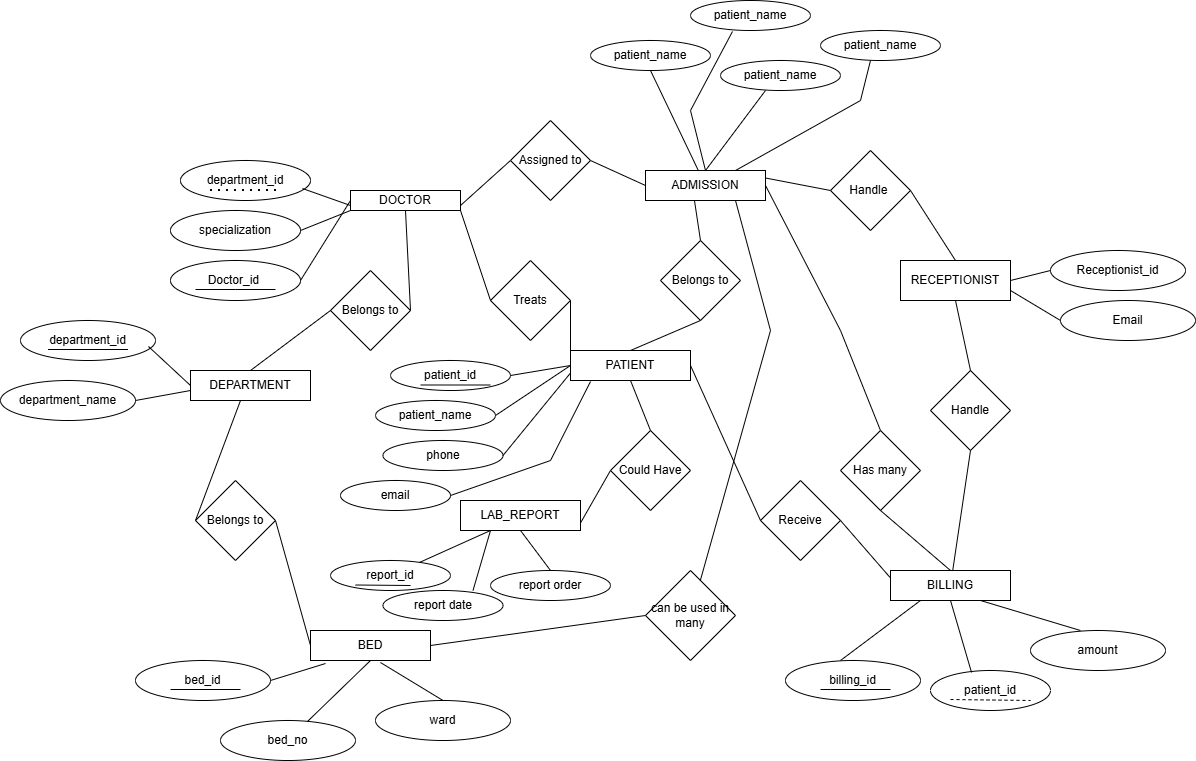
Before: diagrams/ER diagram.png, a diagram exported from draw.io (Fahmida-Hoq/Hospital-Management-System). Source tidied: cells renumbered, new cells last; positions are measured from the earlier drawing's top-left corner, leaving out a move shared by most shapes.
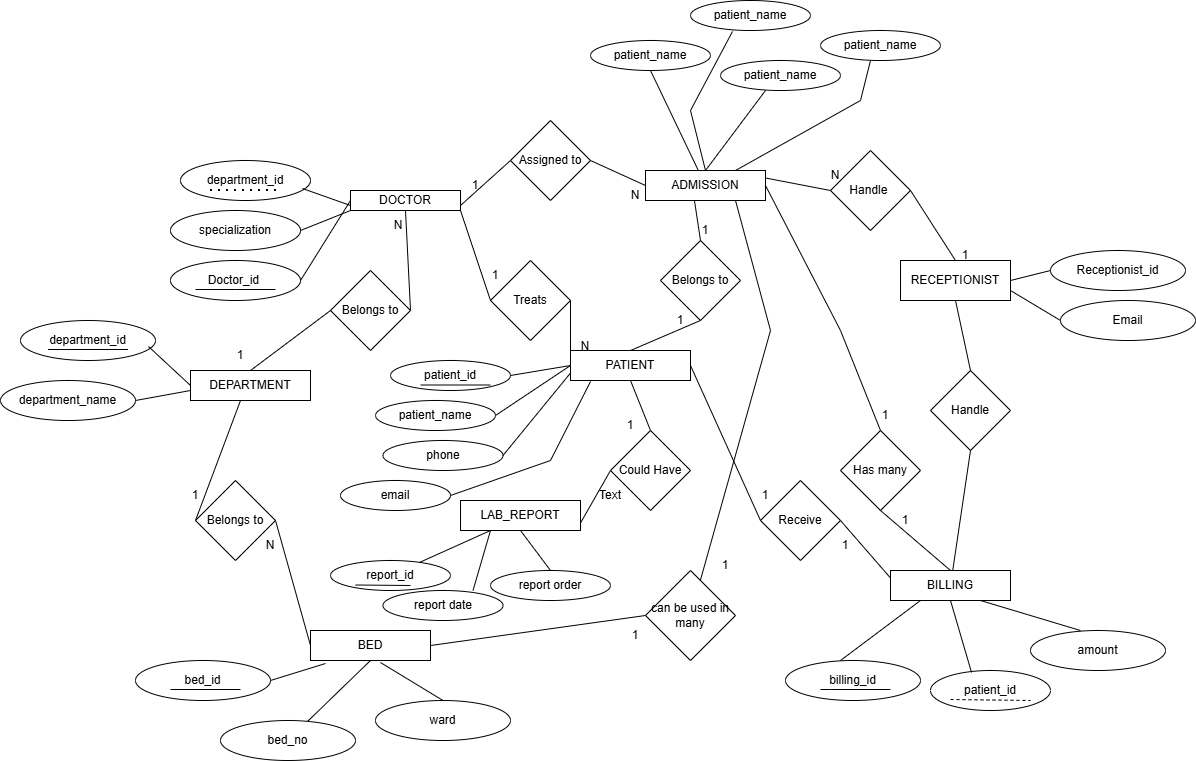
Later version of the same file.

Diff of the diagram source:
```diff
@@ -354,5 +354,65 @@
     <mxCell id="98" style="endArrow=none;html=1;rounded=0;entryX=0;entryY=0.5;entryDx=0;entryDy=0;exitX=1;exitY=0.75;exitDx=0;exitDy=0;" parent="1" edge="1" source="23" target="96">
       <mxGeometry relative="1" as="geometry" />
     </mxCell>
+    <mxCell id="99" value="1" style="text;html=1;whiteSpace=wrap;strokeColor=none;fillColor=none;align=center;verticalAlign=middle;rounded=0;" parent="1" vertex="1">
+      <mxGeometry x="225" y="340" width="30" height="30" as="geometry" />
+    </mxCell>
+    <mxCell id="100" value="N" style="text;html=1;whiteSpace=wrap;strokeColor=none;fillColor=none;align=center;verticalAlign=middle;rounded=0;" parent="1" vertex="1">
+      <mxGeometry x="382.5" y="210" width="30" height="30" as="geometry" />
+    </mxCell>
+    <mxCell id="101" value="N" style="text;html=1;whiteSpace=wrap;strokeColor=none;fillColor=none;align=center;verticalAlign=middle;rounded=0;" parent="1" vertex="1">
+      <mxGeometry x="620" y="180" width="30" height="30" as="geometry" />
+    </mxCell>
+    <mxCell id="102" value="1" style="text;html=1;whiteSpace=wrap;strokeColor=none;fillColor=none;align=center;verticalAlign=middle;rounded=0;" parent="1" vertex="1">
+      <mxGeometry x="460" y="170" width="30" height="30" as="geometry" />
+    </mxCell>
+    <mxCell id="103" value="1" style="text;html=1;whiteSpace=wrap;strokeColor=none;fillColor=none;align=center;verticalAlign=middle;rounded=0;" parent="1" vertex="1">
+      <mxGeometry x="480" y="260" width="30" height="30" as="geometry" />
+    </mxCell>
+    <mxCell id="104" value="N" style="text;html=1;whiteSpace=wrap;strokeColor=none;fillColor=none;align=center;verticalAlign=middle;rounded=0;rotation=180;" parent="1" vertex="1">
+      <mxGeometry x="570" y="330" width="30" height="30" as="geometry" />
+    </mxCell>
+    <mxCell id="105" value="1" style="text;html=1;whiteSpace=wrap;strokeColor=none;fillColor=none;align=center;verticalAlign=middle;rounded=0;" parent="1" vertex="1">
+      <mxGeometry x="665" y="305" width="30" height="30" as="geometry" />
+    </mxCell>
+    <mxCell id="106" value="1" style="text;html=1;whiteSpace=wrap;strokeColor=none;fillColor=none;align=center;verticalAlign=middle;rounded=0;" parent="1" vertex="1">
+      <mxGeometry x="690" y="215" width="30" height="30" as="geometry" />
+    </mxCell>
+    <mxCell id="107" value="1" style="text;html=1;whiteSpace=wrap;strokeColor=none;fillColor=none;align=center;verticalAlign=middle;rounded=0;" parent="1" vertex="1">
+      <mxGeometry x="950" y="240" width="30" height="30" as="geometry" />
+    </mxCell>
+    <mxCell id="108" value="N" style="text;html=1;whiteSpace=wrap;strokeColor=none;fillColor=none;align=center;verticalAlign=middle;rounded=0;" parent="1" vertex="1">
+      <mxGeometry x="820" y="160" width="30" height="30" as="geometry" />
+    </mxCell>
+    <mxCell id="109" value="1" style="text;html=1;whiteSpace=wrap;strokeColor=none;fillColor=none;align=center;verticalAlign=middle;rounded=0;" parent="1" vertex="1">
+      <mxGeometry x="870" y="400" width="30" height="30" as="geometry" />
+    </mxCell>
+    <mxCell id="110" value="1" style="text;html=1;whiteSpace=wrap;strokeColor=none;fillColor=none;align=center;verticalAlign=middle;rounded=0;" parent="1" vertex="1">
+      <mxGeometry x="890" y="505" width="30" height="30" as="geometry" />
+    </mxCell>
+    <mxCell id="111" value="1" style="text;html=1;whiteSpace=wrap;strokeColor=none;fillColor=none;align=center;verticalAlign=middle;rounded=0;" parent="1" vertex="1">
+      <mxGeometry x="750" y="480" width="30" height="30" as="geometry" />
+    </mxCell>
+    <mxCell id="112" value="1" style="text;html=1;whiteSpace=wrap;strokeColor=none;fillColor=none;align=center;verticalAlign=middle;rounded=0;" parent="1" vertex="1">
+      <mxGeometry x="830" y="530" width="30" height="30" as="geometry" />
+    </mxCell>
+    <mxCell id="113" value="1" style="text;html=1;whiteSpace=wrap;strokeColor=none;fillColor=none;align=center;verticalAlign=middle;rounded=0;" parent="1" vertex="1">
+      <mxGeometry x="710" y="550" width="30" height="30" as="geometry" />
+    </mxCell>
+    <mxCell id="114" value="1" style="text;html=1;whiteSpace=wrap;strokeColor=none;fillColor=none;align=center;verticalAlign=middle;rounded=0;" parent="1" vertex="1">
+      <mxGeometry x="620" y="620" width="30" height="30" as="geometry" />
+    </mxCell>
+    <mxCell id="115" value="1" style="text;html=1;whiteSpace=wrap;strokeColor=none;fillColor=none;align=center;verticalAlign=middle;rounded=0;" parent="1" vertex="1">
+      <mxGeometry x="180" y="480" width="30" height="30" as="geometry" />
+    </mxCell>
+    <mxCell id="116" value="N" style="text;html=1;whiteSpace=wrap;strokeColor=none;fillColor=none;align=center;verticalAlign=middle;rounded=0;" parent="1" vertex="1">
+      <mxGeometry x="255" y="530" width="30" height="30" as="geometry" />
+    </mxCell>
+    <mxCell id="117" value="1" style="text;html=1;whiteSpace=wrap;strokeColor=none;fillColor=none;align=center;verticalAlign=middle;rounded=0;" parent="1" vertex="1">
+      <mxGeometry x="615" y="410" width="30" height="30" as="geometry" />
+    </mxCell>
+    <mxCell id="118" value="Text" style="text;html=1;whiteSpace=wrap;strokeColor=none;fillColor=none;align=center;verticalAlign=middle;rounded=0;" parent="1" vertex="1">
+      <mxGeometry x="585" y="480" width="50" height="30" as="geometry" />
+    </mxCell>
   </root>
 </mxGraphModel>
```
